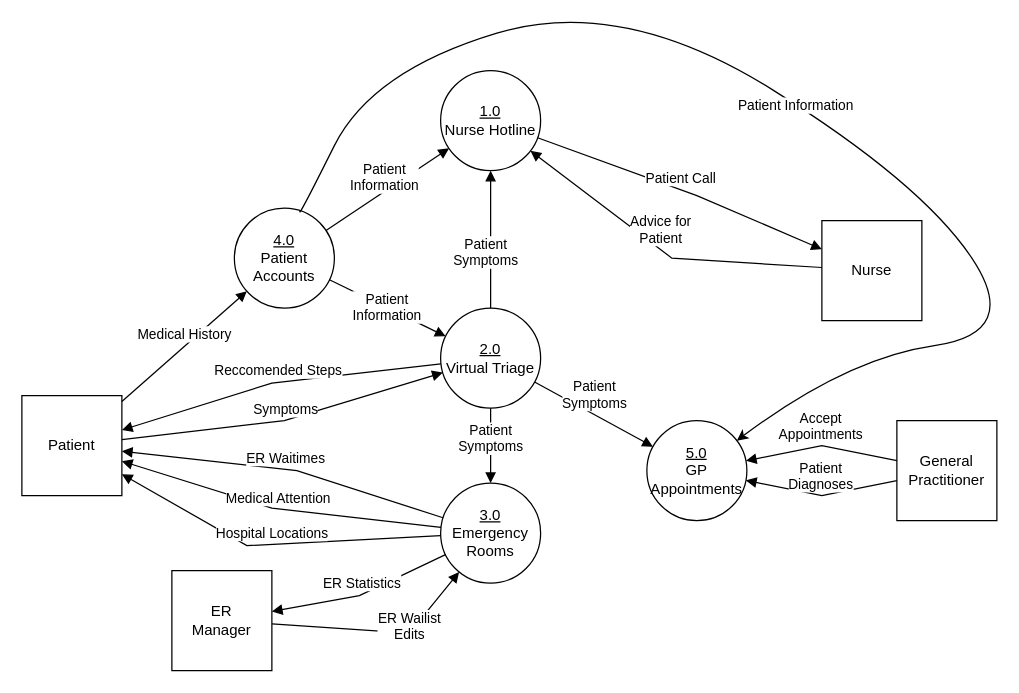
Above: OliverWork/Milestone2/DFDLevel0.drawio in SENG-350-2024-fall/Team9 (draw.io), before the change. Source tidied: cells renumbered, new cells numbered last; positions are measured from the earlier drawing's top-left corner, leaving out a move shared by most shapes. Both pictures are drawn from the tidied source at 125%, with x=0, y=0 at pixel (21, -5).
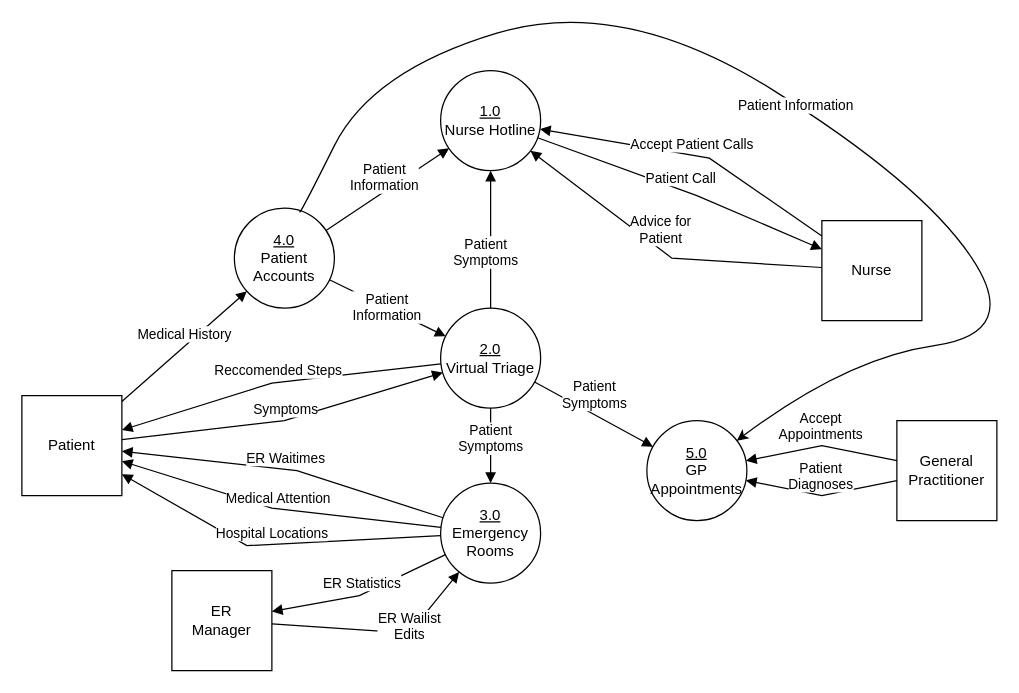
The same diagram, later.

Commit message:
Add accept Patient Calls to Nurse

Unchanged cells that the change refers to:
```xml
<mxCell id="2" value="&lt;u&gt;1.0&lt;/u&gt;&lt;div&gt;Nurse Hotline&lt;/div&gt;" style="ellipse;whiteSpace=wrap;html=1;" parent="1" vertex="1">
  <mxGeometry x="335" y="60" width="80" height="80" as="geometry" />
</mxCell>
<mxCell id="8" value="Nurse" style="whiteSpace=wrap;html=1;" parent="1" vertex="1">
  <mxGeometry x="640" y="180" width="80" height="80" as="geometry" />
</mxCell>
```

Diff of the diagram source:
```diff
@@
+    <mxCell id="30" value="Accept Patient Calls" style="html=1;verticalAlign=bottom;endArrow=block;curved=0;rounded=0;" parent="1" edge="1" source="8" target="2">
+      <mxGeometry relative="1" as="geometry">
+        <Array as="points">
+          <mxPoint x="550" y="130" />
+        </Array>
+      </mxGeometry>
+    </mxCell>
```
